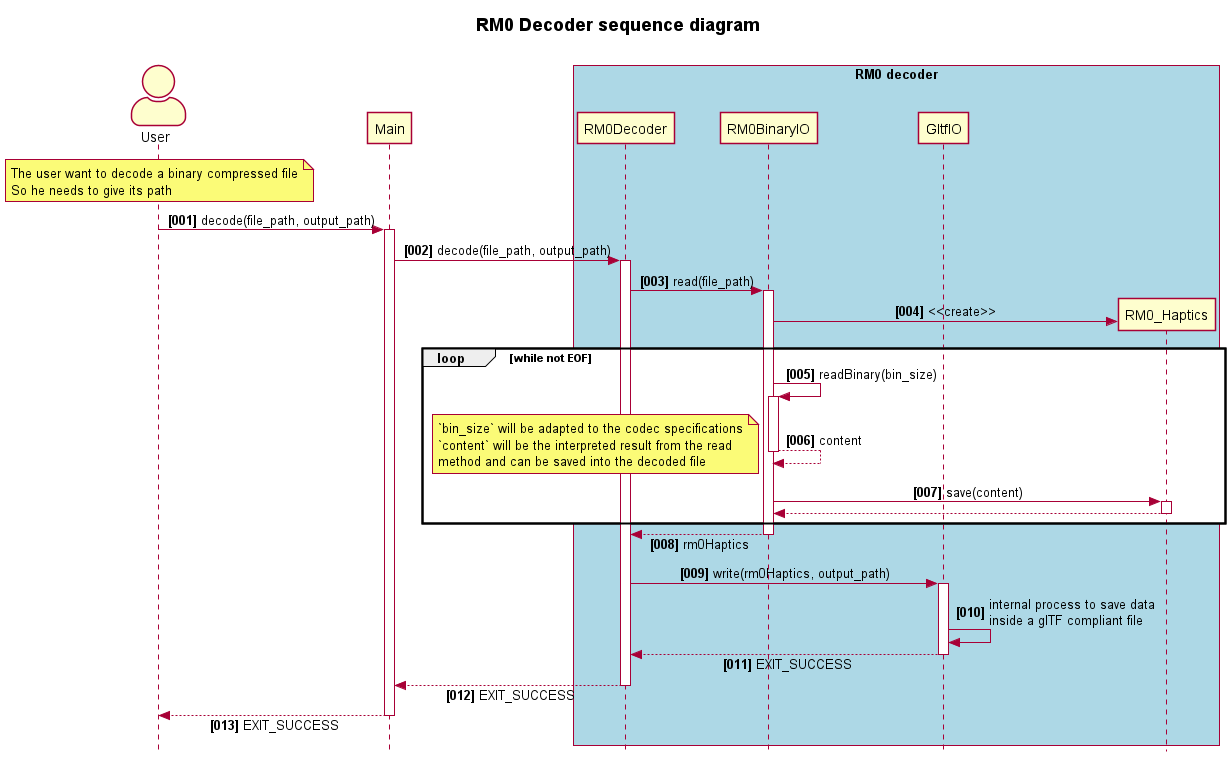
The PlantUML diagram diagrams/Rendered/Sequence/Decoder/RM0DecoderSequenceDiagram.png in MPEGGroup/HapticReferenceSoftware, before a commit. Its diagram source:
```plantuml
@startuml
!includesub ../style/style.puml!STYLE

title **RM0 Decoder sequence diagram**\n
hide unlinked

actor User
participant Main
box "RM0 decoder"
    participant RM0Decoder
    participant RM0BinaryIO
    participant GltfIO
    participant RM0_Haptics
end box

note over User
    The user want to decode a binary compressed file
    So he needs to give its path
end note

User -> Main ++: decode(file_path, output_path)
Main -> RM0Decoder ++: decode(file_path, output_path)
RM0Decoder -> RM0BinaryIO ++: read(file_path)
RM0BinaryIO -> RM0_Haptics **: <<create>>

loop while not EOF
    RM0BinaryIO -> RM0BinaryIO ++: readBinary(bin_size)
    return content
    note left
        `bin_size` will be adapted to the codec specifications
        `content` will be the interpreted result from the read
        method and can be saved into the decoded file
    end note
    RM0BinaryIO -> RM0_Haptics ++: save(content)
    autonumber stop
    return
    autonumber resume
end

return rm0Haptics
RM0Decoder -> GltfIO ++: write(rm0Haptics, output_path)
GltfIO -> GltfIO: internal process to save data\ninside a glTF compliant file
return EXIT_SUCCESS
return EXIT_SUCCESS
return EXIT_SUCCESS
@enduml
```
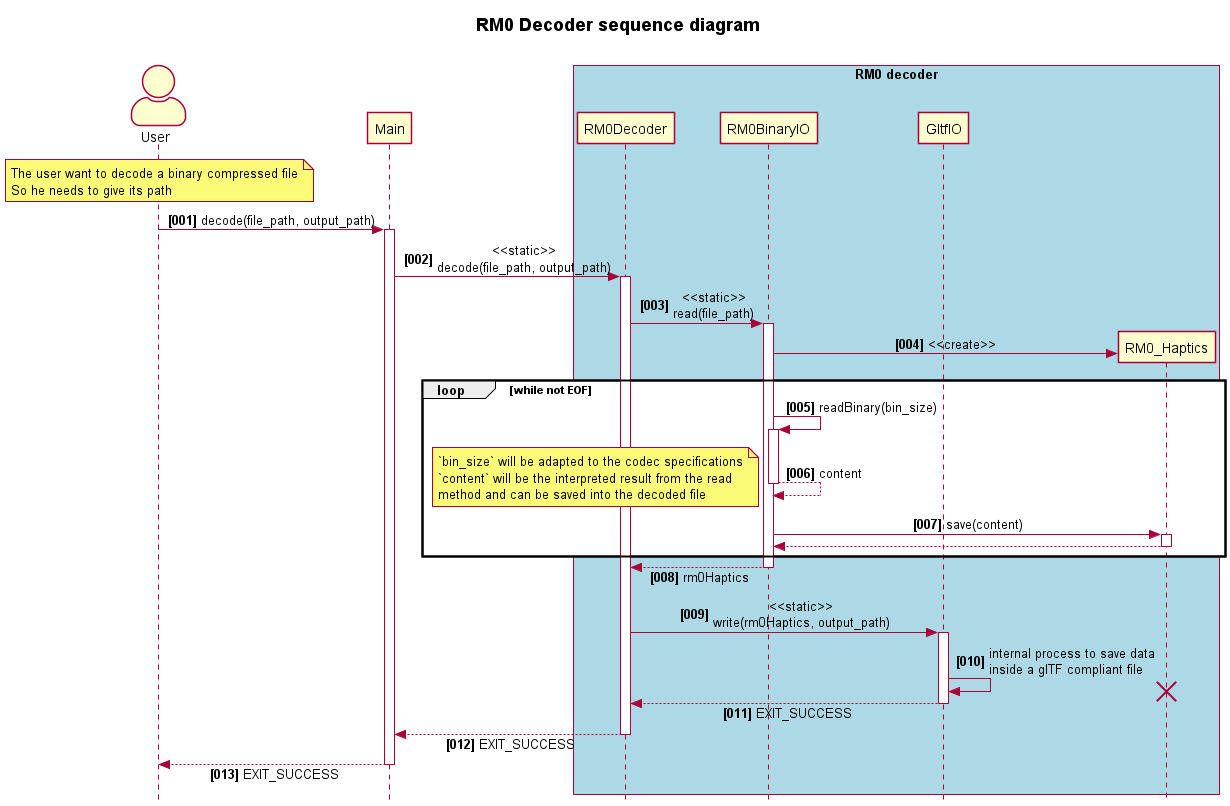
Later version of the same file.

Commit message:
fix(#10 Diagrams): little errors about static methods and object destroying

What changed in the source:
```diff
@@ -19,8 +19,8 @@
 end note
 
 User -> Main ++: decode(file_path, output_path)
-Main -> RM0Decoder ++: decode(file_path, output_path)
-RM0Decoder -> RM0BinaryIO ++: read(file_path)
+Main -> RM0Decoder ++: <<static>>\ndecode(file_path, output_path)
+RM0Decoder -> RM0BinaryIO ++: <<static>>\nread(file_path)
 RM0BinaryIO -> RM0_Haptics **: <<create>>
 
 loop while not EOF
@@ -38,8 +38,9 @@
 end
 
 return rm0Haptics
-RM0Decoder -> GltfIO ++: write(rm0Haptics, output_path)
+RM0Decoder -> GltfIO ++: <<static>>\nwrite(rm0Haptics, output_path)
 GltfIO -> GltfIO: internal process to save data\ninside a glTF compliant file
+destroy RM0_Haptics
 return EXIT_SUCCESS
 return EXIT_SUCCESS
 return EXIT_SUCCESS
```
